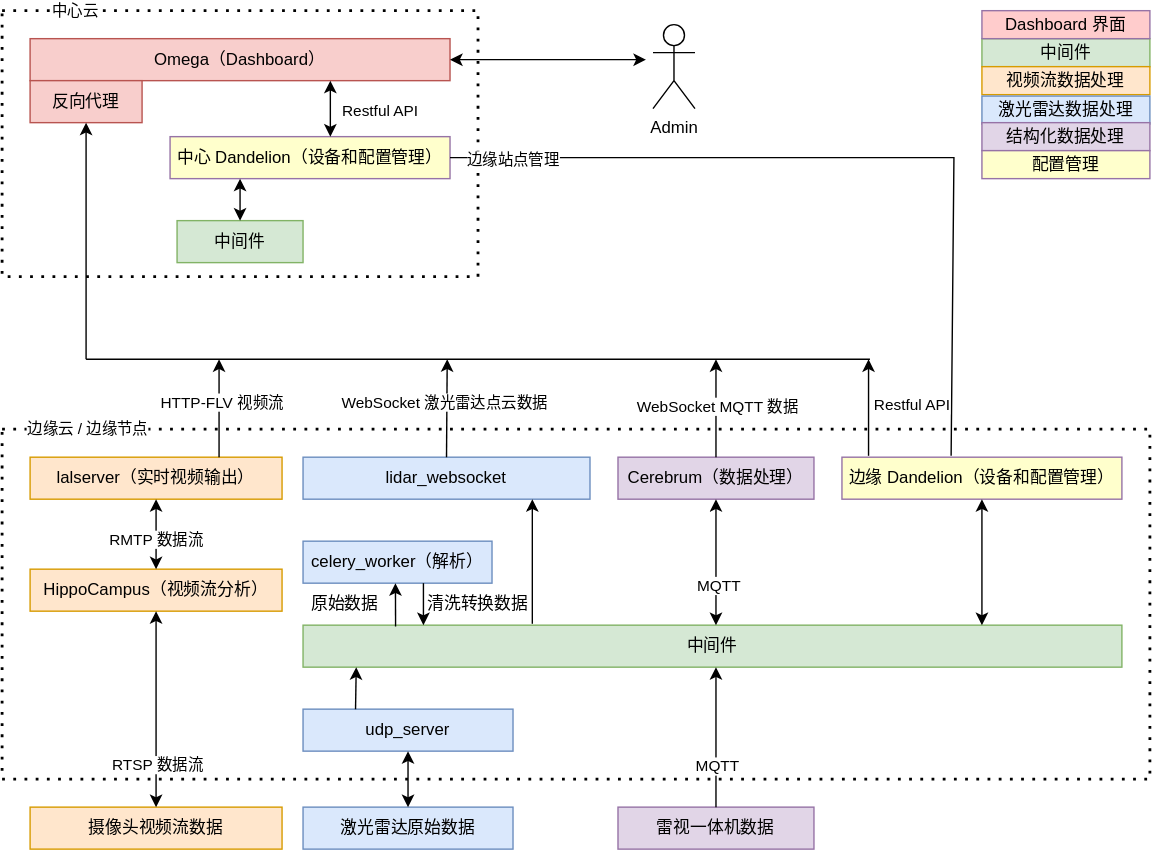
Earlier version of the draw.io export docs/images/openv2x-deployment-mutlinodes.drawio.svg (open-v2x/docs). Source tidied: cells renumbered, new cells last; positions are measured from the earlier drawing's top-left corner, leaving out a move shared by most shapes.
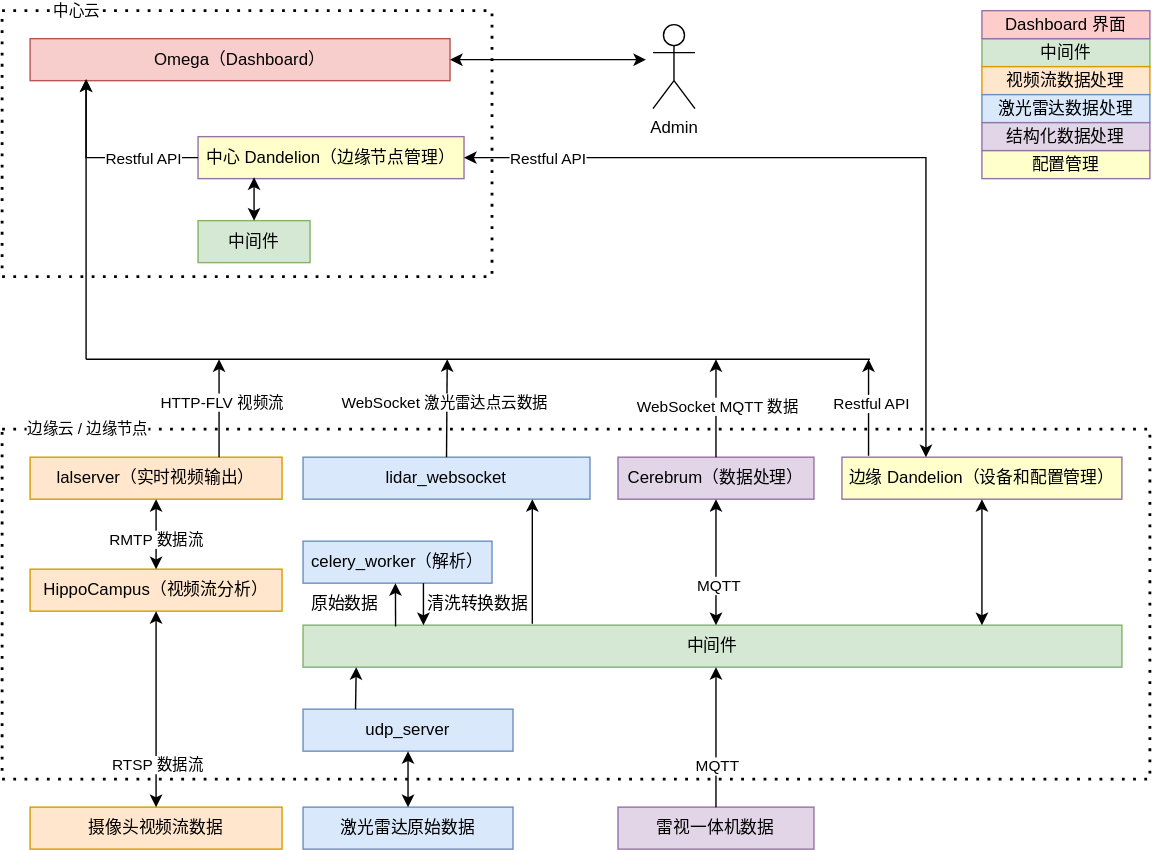
The same diagram one commit later.

What changed in the source:
```diff
@@ -12,7 +12,7 @@
       <mxGeometry x="700" y="40" width="120" height="20" as="geometry" />
     </mxCell>
     <mxCell id="5" value="激光雷达数据处理" style="rounded=0;whiteSpace=wrap;html=1;fillColor=#dae8fc;strokeColor=#6c8ebf;" parent="1" vertex="1">
-      <mxGeometry x="700" y="61" width="120" height="20" as="geometry" />
+      <mxGeometry x="700" y="60" width="120" height="20" as="geometry" />
     </mxCell>
     <mxCell id="6" value="结构化数据处理" style="rounded=0;whiteSpace=wrap;html=1;fillColor=#e1d5e7;strokeColor=#9673a6;" parent="1" vertex="1">
       <mxGeometry x="700" y="80" width="120" height="20" as="geometry" />
@@ -23,20 +23,9 @@
     <mxCell id="8" value="Omega（Dashboard）" style="rounded=0;whiteSpace=wrap;html=1;fillColor=#f8cecc;strokeColor=#b85450;" parent="1" vertex="1">
       <mxGeometry x="20" y="20" width="300" height="30" as="geometry" />
     </mxCell>
-    <mxCell id="9" value="中心 Dandelion（设备和配置管理）" style="rounded=0;whiteSpace=wrap;html=1;fillColor=#FFFFCC;strokeColor=#9673a6;" parent="1" vertex="1">
-      <mxGeometry x="120" y="90" width="200" height="30" as="geometry" />
+    <mxCell id="9" value="中心 Dandelion（边缘节点管理）" style="rounded=0;whiteSpace=wrap;html=1;fillColor=#FFFFCC;strokeColor=#9673a6;" parent="1" vertex="1">
+      <mxGeometry x="140" y="90" width="190" height="30" as="geometry" />
     </mxCell>
-    <mxCell id="10" style="endArrow=classic;startArrow=classic;html=1;rounded=0;entryX=0.5;entryY=1;entryDx=0;entryDy=0;exitX=0.5;exitY=0;exitDx=0;exitDy=0;" parent="1" edge="1">
-      <mxGeometry relative="1" as="geometry">
-        <mxPoint x="234.5" y="90" as="sourcePoint" />
-        <mxPoint x="234.5" y="50" as="targetPoint" />
-      </mxGeometry>
-    </mxCell>
-    <mxCell id="11" value="Restful API" style="edgeLabel;html=1;align=center;verticalAlign=middle;" parent="10" vertex="1">
-      <mxGeometry x="-0.05" y="-1" relative="1" as="geometry">
-        <mxPoint x="34" as="offset" />
-      </mxGeometry>
-    </mxCell>
     <mxCell id="12" style="endArrow=classic;startArrow=classic;html=1;rounded=0;entryX=1;entryY=0.5;entryDx=0;entryDy=0;" parent="1" edge="1" target="8">
       <mxGeometry relative="1" as="geometry">
         <mxPoint x="460" y="35" as="sourcePoint" />
@@ -47,8 +36,8 @@
         <mxPoint as="sourcePoint" />
         <mxPoint as="targetPoint" />
         <Array as="points">
-          <mxPoint x="340" />
-          <mxPoint x="340" y="190" />
+          <mxPoint x="350" />
+          <mxPoint x="350" y="190" />
           <mxPoint y="190" />
         </Array>
       </mxGeometry>
@@ -60,10 +49,12 @@
       <mxGeometry x="700" y="100" width="120" height="20" as="geometry" />
     </mxCell>
     <mxCell id="16" value="中间件" style="rounded=0;whiteSpace=wrap;html=1;fillColor=#d5e8d4;strokeColor=#82b366;" parent="1" vertex="1">
-      <mxGeometry x="125" y="150" width="90" height="30" as="geometry" />
+      <mxGeometry x="140" y="150" width="80" height="30" as="geometry" />
     </mxCell>
-    <mxCell id="17" style="endArrow=classic;startArrow=classic;html=1;rounded=0;entryX=0.25;entryY=1;entryDx=0;entryDy=0;exitX=0.5;exitY=0;exitDx=0;exitDy=0;" parent="1" edge="1" source="16" target="9">
-      <mxGeometry relative="1" as="geometry" />
+    <mxCell id="17" style="endArrow=classic;startArrow=classic;html=1;rounded=0;exitX=0.5;exitY=0;exitDx=0;exitDy=0;" parent="1" edge="1" source="16">
+      <mxGeometry relative="1" as="geometry">
+        <mxPoint x="180" y="119" as="targetPoint" />
+      </mxGeometry>
     </mxCell>
     <mxCell id="18" value="HippoCampus（视频流分析）" style="rounded=0;whiteSpace=wrap;html=1;fillColor=#ffe6cc;strokeColor=#d79b00;" parent="1" vertex="1">
       <mxGeometry x="20" y="399" width="180" height="30" as="geometry" />
@@ -210,27 +201,10 @@
     <mxCell id="53" value="WebSocket MQTT 数据" style="edgeLabel;html=1;align=center;verticalAlign=middle;" parent="52" vertex="1">
       <mxGeometry x="0.07" relative="1" as="geometry" />
     </mxCell>
-    <mxCell id="54" value="反向代理" style="rounded=0;whiteSpace=wrap;html=1;fillColor=#f8cecc;strokeColor=#b85450;" parent="1" vertex="1">
-      <mxGeometry x="20" y="50" width="80" height="30" as="geometry" />
-    </mxCell>
-    <mxCell id="55" style="endArrow=none;html=1;rounded=0;exitX=1;exitY=0.5;exitDx=0;exitDy=0;entryX=0.39;entryY=-0.033;entryDx=0;entryDy=0;entryPerimeter=0;" parent="1" edge="1" source="9" target="25">
-      <mxGeometry relative="1" as="geometry">
-        <Array as="points">
-          <mxPoint x="680" y="105" />
-        </Array>
-      </mxGeometry>
-    </mxCell>
-    <mxCell id="56" value="Restful API" style="edgeLabel;html=1;align=center;verticalAlign=middle;" parent="55" vertex="1">
-      <mxGeometry x="0.65" relative="1" as="geometry">
-        <mxPoint x="-29" y="63" as="offset" />
-      </mxGeometry>
-    </mxCell>
-    <mxCell id="57" value="边缘站点管理" style="edgeLabel;html=1;align=center;verticalAlign=middle;" parent="55" vertex="1">
-      <mxGeometry x="-0.85" y="-1" relative="1" as="geometry" />
-    </mxCell>
-    <mxCell id="58" style="endArrow=classic;html=1;rounded=0;entryX=0.5;entryY=1;entryDx=0;entryDy=0;" parent="1" edge="1" target="54">
+    <mxCell id="58" style="endArrow=classic;html=1;rounded=0;" parent="1" edge="1">
       <mxGeometry relative="1" as="geometry">
         <mxPoint x="60" y="249" as="sourcePoint" />
+        <mxPoint x="60" y="49" as="targetPoint" />
       </mxGeometry>
     </mxCell>
     <mxCell id="59" style="endArrow=classic;html=1;rounded=0;exitX=0.095;exitY=-0.033;exitDx=0;exitDy=0;exitPerimeter=0;" parent="1" edge="1" source="25">
@@ -238,5 +212,33 @@
         <mxPoint x="619" y="249" as="targetPoint" />
       </mxGeometry>
     </mxCell>
+    <mxCell id="60" value="Restful API" style="edgeLabel;html=1;align=center;verticalAlign=middle;" parent="59" vertex="1">
+      <mxGeometry x="0.1" y="-1" relative="1" as="geometry" />
+    </mxCell>
+    <mxCell id="55" style="endArrow=classic;startArrow=classic;html=1;rounded=0;exitX=1;exitY=0.5;exitDx=0;exitDy=0;entryX=0.3;entryY=0;entryDx=0;entryDy=0;entryPerimeter=0;" parent="1" edge="1" source="9" target="25">
+      <mxGeometry relative="1" as="geometry">
+        <Array as="points">
+          <mxPoint x="660" y="105" />
+        </Array>
+      </mxGeometry>
+    </mxCell>
+    <mxCell id="61" value="Restful API" style="edgeLabel;html=1;align=center;verticalAlign=middle;" parent="55" vertex="1">
+      <mxGeometry x="-0.88" y="1" relative="1" as="geometry">
+        <mxPoint x="26" y="1" as="offset" />
+      </mxGeometry>
+    </mxCell>
+    <mxCell id="62" style="endArrow=classic;html=1;rounded=0;exitX=0;exitY=0.5;exitDx=0;exitDy=0;" parent="1" edge="1" source="9">
+      <mxGeometry relative="1" as="geometry">
+        <mxPoint x="60" y="49" as="targetPoint" />
+        <Array as="points">
+          <mxPoint x="60" y="105" />
+        </Array>
+      </mxGeometry>
+    </mxCell>
+    <mxCell id="63" value="Restful API" style="edgeLabel;html=1;align=center;verticalAlign=middle;" parent="62" vertex="1">
+      <mxGeometry x="-0.24" y="-2" relative="1" as="geometry">
+        <mxPoint x="12" y="2" as="offset" />
+      </mxGeometry>
+    </mxCell>
   </root>
 </mxGraphModel>
```
